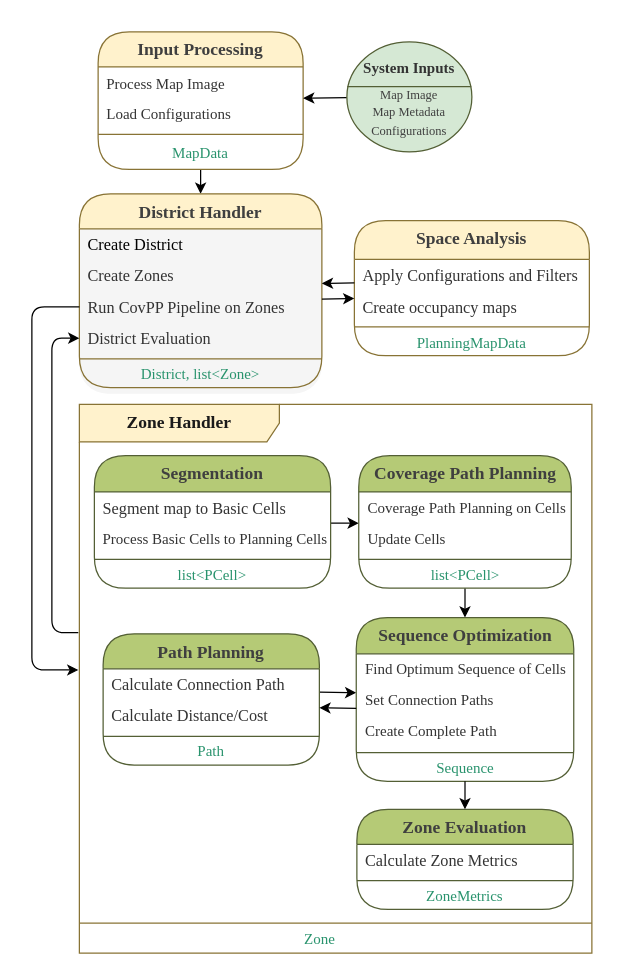
Before: page "SystemOverview2" (1 of 4) of design/d1_framework.drawio in MortezaHagh/coverage-path-planning, a draw.io diagram. Source tidied: cells renumbered, new cells numbered last; positions are measured from the earlier drawing's top-left corner, leaving out a move shared by most shapes. Both pictures are drawn from the tidied source at 125%, with x=0, y=0 at pixel (21, 21).
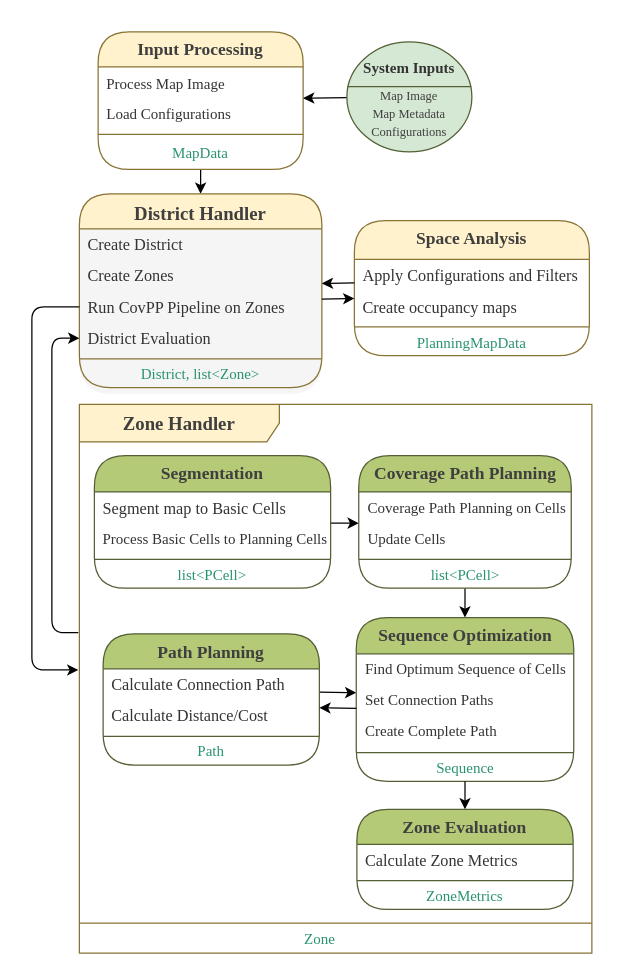
After the change.

The change refers to these unchanged cells:
```xml
<mxCell id="11" style="group;" parent="1" vertex="1">
  <mxGeometry x="260" y="16" width="100" height="88" as="geometry" />
</mxCell>
```

Diff of the diagram source:
```diff
@@
     <mxCell id="15" value="&lt;p style=&quot;margin-bottom: 0px; margin-top: 0px;&quot;&gt;&lt;font style=&quot;font-size: 10px;&quot;&gt;&lt;span style=&quot;color: rgb(63, 63, 63); font-family: &amp;quot;Times New Roman&amp;quot;;&quot;&gt;&lt;font style=&quot;&quot;&gt;Map Image&lt;br&gt;&lt;/font&gt;&lt;/span&gt;&lt;span style=&quot;color: rgb(63, 63, 63); font-family: &amp;quot;Times New Roman&amp;quot;;&quot;&gt;&lt;font style=&quot;&quot;&gt;Map Metadata&lt;br&gt;&lt;/font&gt;&lt;/span&gt;&lt;span style=&quot;color: rgb(63, 63, 63); font-family: &amp;quot;Times New Roman&amp;quot;;&quot;&gt;&lt;font style=&quot;&quot;&gt;&lt;span style=&quot;color: rgb(63, 63, 63);&quot;&gt;Configurations&lt;/span&gt;&lt;/font&gt;&lt;/span&gt;&lt;/font&gt;&lt;/p&gt;" style="text;html=1;align=center;verticalAlign=middle;fillColor=none;strokeColor=none;whiteSpace=wrap;spacing=1;" parent="11" vertex="1">
-      <mxGeometry x="0.4" y="40" width="100" height="31.4" as="geometry" />
+      <mxGeometry x="0.4" y="41.4" width="100" height="31.4" as="geometry" />
     </mxCell>
@@
-    <mxCell id="21" value="&lt;span style=&quot;color: rgb(63, 63, 63); font-size: 14px;&quot;&gt;District Handler&lt;/span&gt;" style="swimlane;align=center;verticalAlign=top;horizontal=1;startSize=28;html=1;rounded=1;absoluteArcSize=1;arcSize=50;whiteSpace=wrap;fontFamily=Times New Roman;fillColor=#fff2cc;strokeColor=#887335;" parent="1" vertex="1">
+    <mxCell id="21" value="&lt;span style=&quot;color: rgb(63, 63, 63);&quot;&gt;&lt;font style=&quot;font-size: 15px;&quot;&gt;District Handler&lt;/font&gt;&lt;/span&gt;" style="swimlane;align=center;verticalAlign=top;horizontal=1;startSize=28;html=1;rounded=1;absoluteArcSize=1;arcSize=50;whiteSpace=wrap;fontFamily=Times New Roman;fillColor=#fff2cc;strokeColor=#887335;" parent="1" vertex="1">
       <mxGeometry x="46" y="137.5" width="194" height="155" as="geometry" />
     </mxCell>
-    <mxCell id="22" value="&lt;div style=&quot;text-align: center;&quot;&gt;&lt;span style=&quot;background-color: transparent; font-size: 13px;&quot;&gt;Create District&lt;/span&gt;&lt;/div&gt;" style="fillColor=none;strokeColor=none;align=left;verticalAlign=middle;spacingLeft=5;whiteSpace=wrap;html=1;spacingTop=3;fontFamily=Times New Roman;spacingBottom=3;fontSize=12;fontColor=default;" parent="21" vertex="1">
+    <mxCell id="22" value="&lt;div style=&quot;text-align: center;&quot;&gt;&lt;span style=&quot;background-color: transparent; font-size: 13px;&quot;&gt;&lt;font style=&quot;color: rgb(51, 51, 51);&quot;&gt;Create District&lt;/font&gt;&lt;/span&gt;&lt;/div&gt;" style="fillColor=none;strokeColor=none;align=left;verticalAlign=middle;spacingLeft=5;whiteSpace=wrap;html=1;spacingTop=3;fontFamily=Times New Roman;spacingBottom=3;fontSize=12;fontColor=default;" parent="21" vertex="1">
       <mxGeometry y="28" width="194" height="25" as="geometry" />
     </mxCell>
@@
-    <mxCell id="31" value="&lt;font face=&quot;Times New Roman&quot; style=&quot;font-size: 14px; color: rgb(26, 26, 26);&quot;&gt;&lt;b&gt;Zone Handler&lt;/b&gt;&lt;/font&gt;" style="shape=umlFrame;whiteSpace=wrap;html=1;width=160;fillColor=#fff2cc;strokeColor=#887335;" parent="1" vertex="1">
+    <mxCell id="31" value="&lt;font face=&quot;Times New Roman&quot; style=&quot;color: rgb(63, 63, 63); font-size: 15px;&quot;&gt;&lt;b style=&quot;&quot;&gt;Zone Handler&lt;/b&gt;&lt;/font&gt;" style="shape=umlFrame;whiteSpace=wrap;html=1;width=160;fillColor=#fff2cc;strokeColor=#887335;" parent="1" vertex="1">
       <mxGeometry x="46" y="306" width="410" height="439" as="geometry" />
     </mxCell>
```
